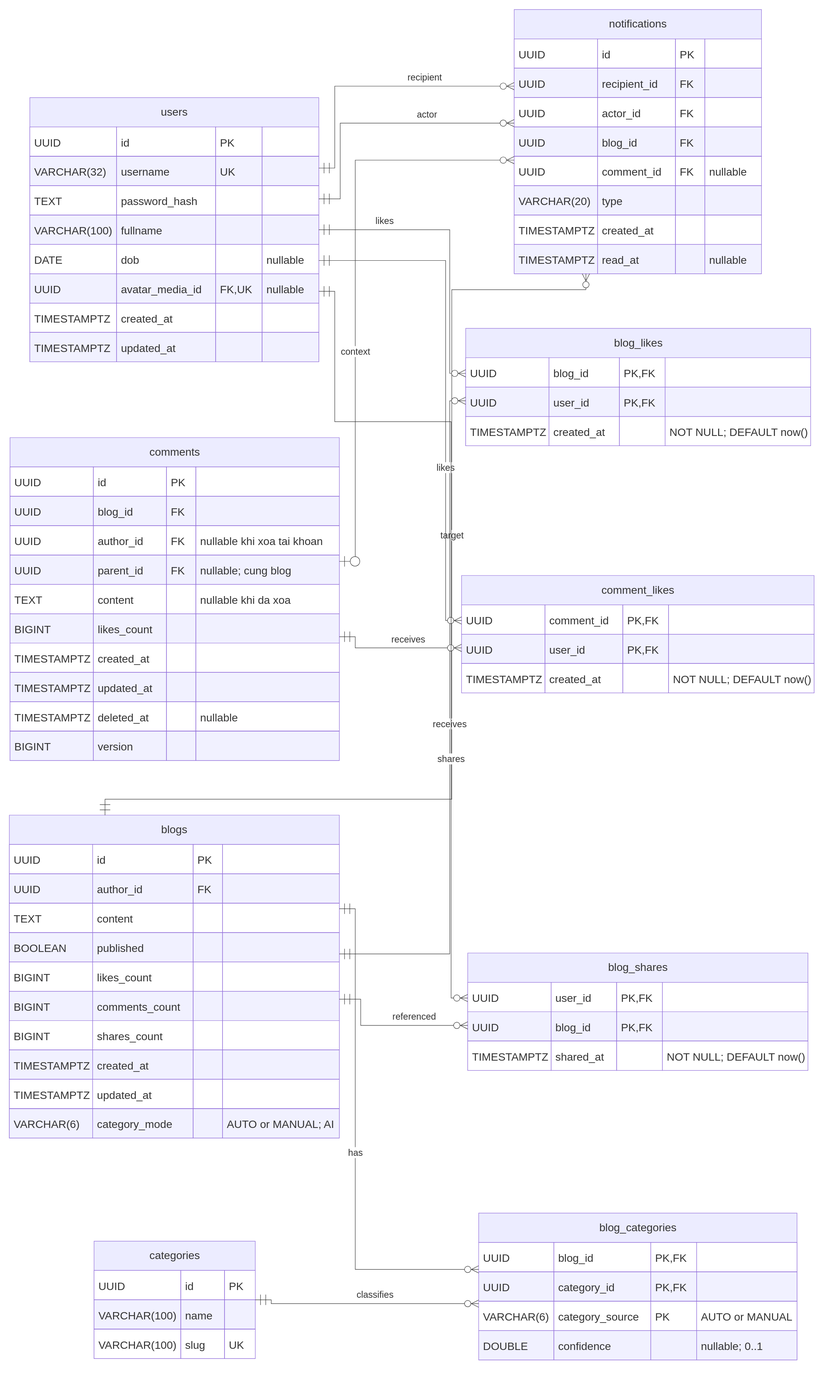
Earlier version of the draw.io export docs/spec/assets/erd/luot-thich-chia-se.svg (Ngocanhjr/SoulSpace). Source tidied: cells renumbered, new cells last; positions are measured from the earlier drawing's top-left corner, leaving out a move shared by most shapes.
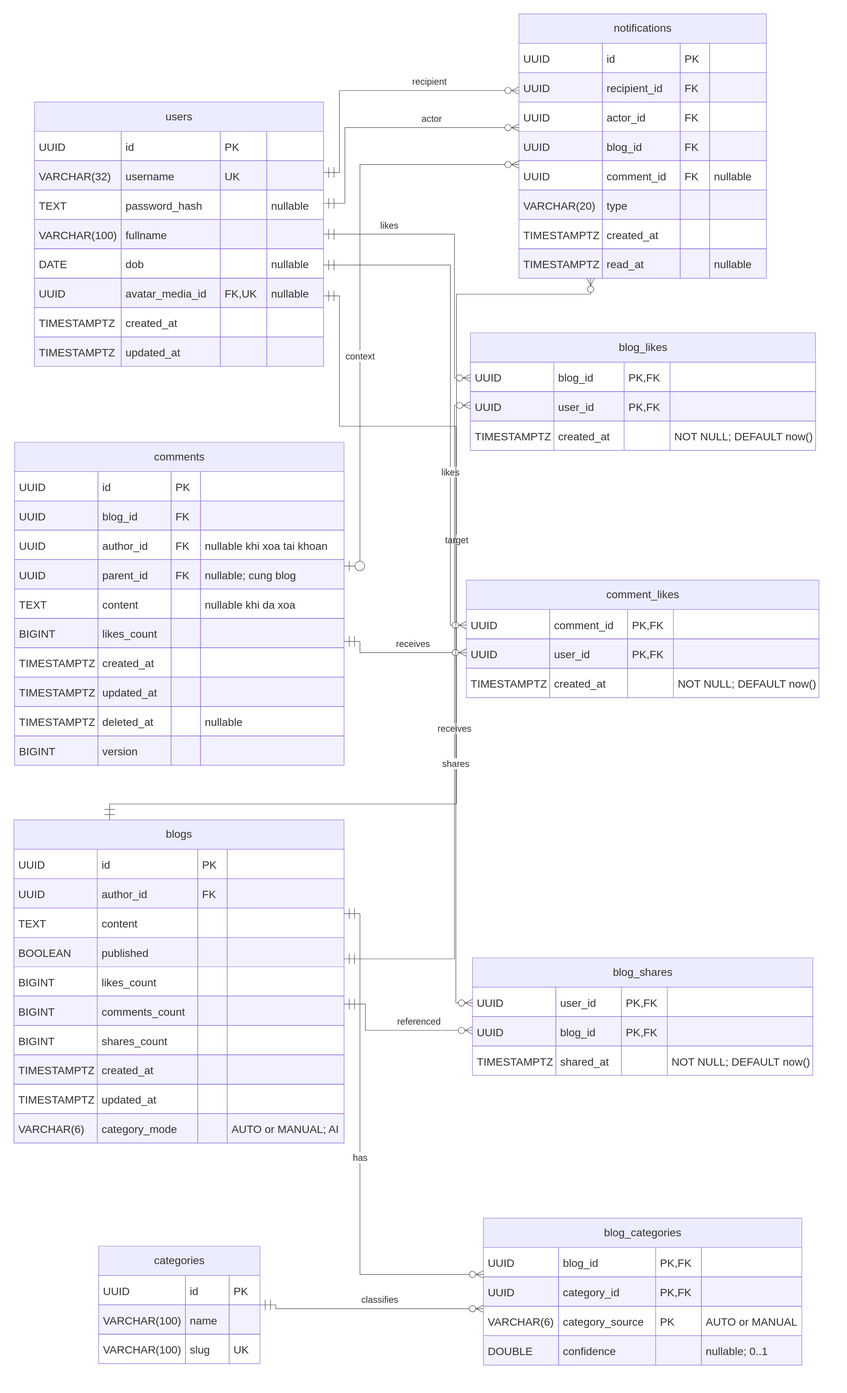
After the change.

Diff of the diagram source:
```diff
@@ -47,7 +47,7 @@
     <mxCell id="16" style="shape=partialRectangle;fillColor=none;strokeColor=#9370DB;strokeWidth=1;fontColor=#333333;fontFamily=Trebuchet MS,Verdana,Arial,sans-serif;top=1;left=1;bottom=1;right=1;align=left;spacingLeft=8;overflow=hidden;fontSize=24;" parent="13" vertex="1">
       <mxGeometry x="408" width="102" height="64.5" as="geometry" />
     </mxCell>
-    <mxCell id="17" style="shape=partialRectangle;fillColor=none;strokeColor=#9370DB;strokeWidth=1;fontColor=#333333;fontFamily=Trebuchet MS,Verdana,Arial,sans-serif;top=1;left=1;bottom=1;right=1;align=left;spacingLeft=8;overflow=hidden;fontSize=24;" parent="13" vertex="1">
+    <mxCell id="17" value="nullable" style="shape=partialRectangle;fillColor=none;strokeColor=#9370DB;strokeWidth=1;fontColor=#333333;fontFamily=Trebuchet MS,Verdana,Arial,sans-serif;top=1;left=1;bottom=1;right=1;align=left;spacingLeft=8;overflow=hidden;fontSize=24;" parent="13" vertex="1">
       <mxGeometry x="510" width="124.5" height="64.5" as="geometry" />
     </mxCell>
     <mxCell id="18" style="shape=tableRow;horizontal=0;startSize=0.0;swimlaneHead=0;swimlaneBody=1;fillColor=#F1F1FF;strokeColor=inherit;strokeWidth=1;top=0;left=0;right=0;bottom=0;fontSize=24;" parent="2" vertex="1">
```
